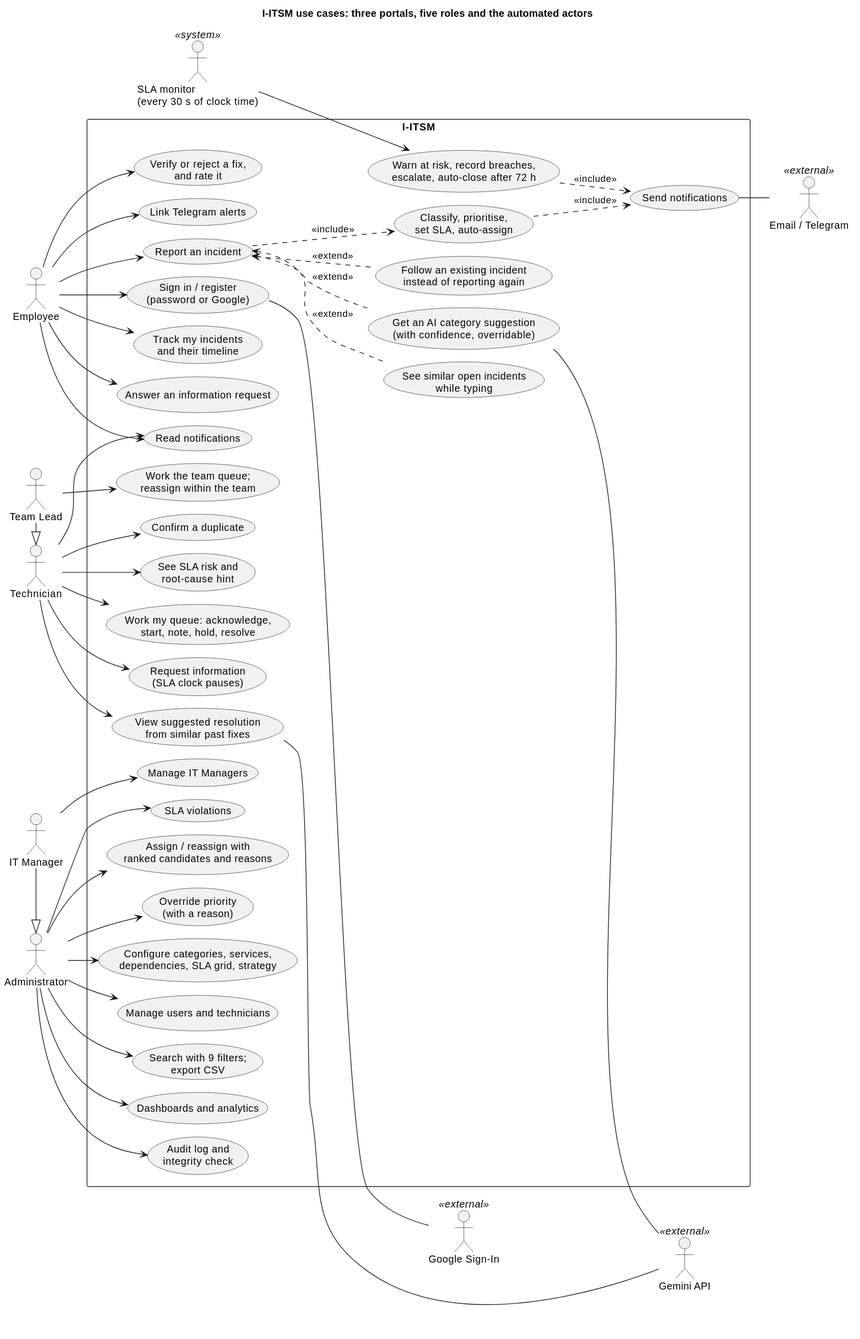
Earlier version of the PlantUML export docs/diagrams/usecase.svg (Siddhant944/i-itsm). The source it was exported from:
```plantuml
@startuml
!pragma layout smetana
skinparam shadowing false
skinparam defaultFontName Helvetica
skinparam packageStyle rectangle
left to right direction
title I-ITSM use cases: three portals, five roles and the automated actors

actor Employee as EMP
actor Technician as TECH
actor "Team Lead" as LEAD
actor Administrator as ADM
actor "IT Manager" as MGR
actor "SLA monitor\n(every 30 s of clock time)" as MON <<system>>
actor "Gemini API" as GEM <<external>>
actor "Email / Telegram" as MSG <<external>>
actor "Google Sign-In" as GOO <<external>>

LEAD -|> TECH
MGR -|> ADM

rectangle "I-ITSM" {
  usecase "Sign in / register\n(password or Google)" as UC_AUTH
  usecase "Report an incident" as UC_REPORT
  usecase "See similar open incidents\nwhile typing" as UC_SIMILAR
  usecase "Get an AI category suggestion\n(with confidence, overridable)" as UC_CLASSIFY
  usecase "Follow an existing incident\ninstead of reporting again" as UC_FOLLOW
  usecase "Track my incidents\nand their timeline" as UC_TRACK
  usecase "Answer an information request" as UC_INFO
  usecase "Verify or reject a fix,\nand rate it" as UC_VERIFY
  usecase "Read notifications" as UC_NOTIFY
  usecase "Link Telegram alerts" as UC_TG

  usecase "Work my queue: acknowledge,\nstart, note, hold, resolve" as UC_WORK
  usecase "Request information\n(SLA clock pauses)" as UC_ASK
  usecase "View suggested resolution\nfrom similar past fixes" as UC_SUGGEST
  usecase "Confirm a duplicate" as UC_DUP
  usecase "See SLA risk and\nroot-cause hint" as UC_RISK
  usecase "Work the team queue;\nreassign within the team" as UC_TEAM

  usecase "Assign / reassign with\nranked candidates and reasons" as UC_ASSIGN
  usecase "Override priority\n(with a reason)" as UC_PRIO
  usecase "Configure categories, services,\ndependencies, SLA grid, strategy" as UC_CONFIG
  usecase "Manage users and technicians" as UC_USERS
  usecase "Search with 9 filters;\nexport CSV" as UC_SEARCH
  usecase "Dashboards and analytics" as UC_DASH
  usecase "Audit log and\nintegrity check" as UC_AUDIT
  usecase "SLA violations" as UC_VIOL
  usecase "Manage IT Managers" as UC_MGRS

  usecase "Classify, prioritise,\nset SLA, auto-assign" as UC_AUTO
  usecase "Warn at risk, record breaches,\nescalate, auto-close after 72 h" as UC_SLA
  usecase "Send notifications" as UC_SEND
}

EMP --> UC_AUTH
EMP --> UC_REPORT
EMP --> UC_TRACK
EMP --> UC_INFO
EMP --> UC_VERIFY
EMP --> UC_NOTIFY
EMP --> UC_TG
UC_REPORT <.. UC_SIMILAR : <<extend>>
UC_REPORT <.. UC_CLASSIFY : <<extend>>
UC_REPORT <.. UC_FOLLOW : <<extend>>
UC_REPORT ..> UC_AUTO : <<include>>

TECH --> UC_WORK
TECH --> UC_ASK
TECH --> UC_SUGGEST
TECH --> UC_DUP
TECH --> UC_RISK
TECH --> UC_NOTIFY
LEAD --> UC_TEAM

ADM --> UC_ASSIGN
ADM --> UC_PRIO
ADM --> UC_CONFIG
ADM --> UC_USERS
ADM --> UC_SEARCH
ADM --> UC_DASH
ADM --> UC_AUDIT
ADM --> UC_VIOL
MGR --> UC_MGRS

UC_AUTH -- GOO
UC_CLASSIFY -- GEM
UC_SUGGEST -- GEM
MON --> UC_SLA
UC_AUTO ..> UC_SEND : <<include>>
UC_SLA ..> UC_SEND : <<include>>
UC_SEND -- MSG
@enduml
```
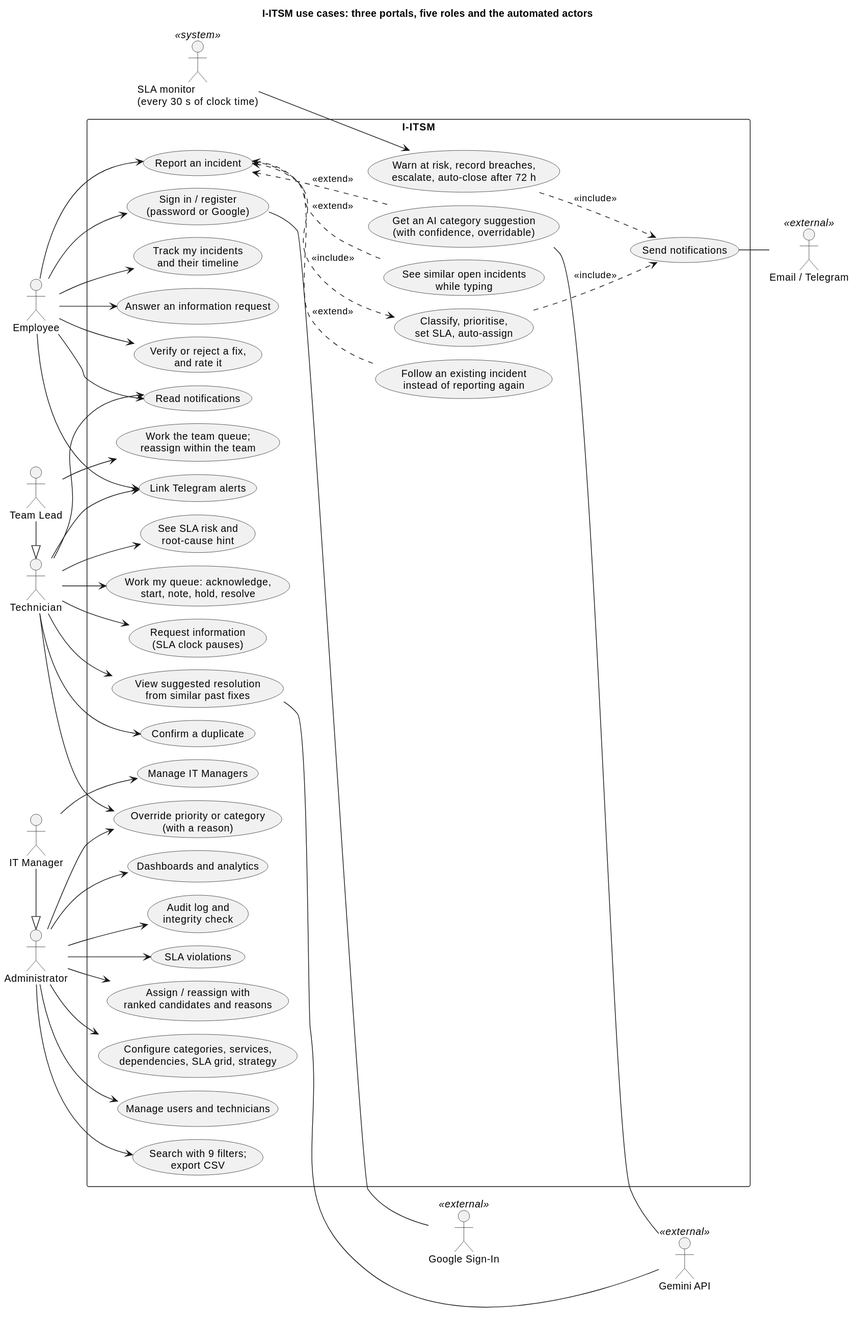
Above is the later version.

Change to the diagram source:
```diff
@@ -39,7 +39,7 @@
   usecase "Work the team queue;\nreassign within the team" as UC_TEAM
 
   usecase "Assign / reassign with\nranked candidates and reasons" as UC_ASSIGN
-  usecase "Override priority\n(with a reason)" as UC_PRIO
+  usecase "Override priority or category\n(with a reason)" as UC_PRIO
   usecase "Configure categories, services,\ndependencies, SLA grid, strategy" as UC_CONFIG
   usecase "Manage users and technicians" as UC_USERS
   usecase "Search with 9 filters;\nexport CSV" as UC_SEARCH
@@ -71,6 +71,8 @@
 TECH --> UC_DUP
 TECH --> UC_RISK
 TECH --> UC_NOTIFY
+TECH --> UC_PRIO
+TECH --> UC_TG
 LEAD --> UC_TEAM
 
 ADM --> UC_ASSIGN
```
